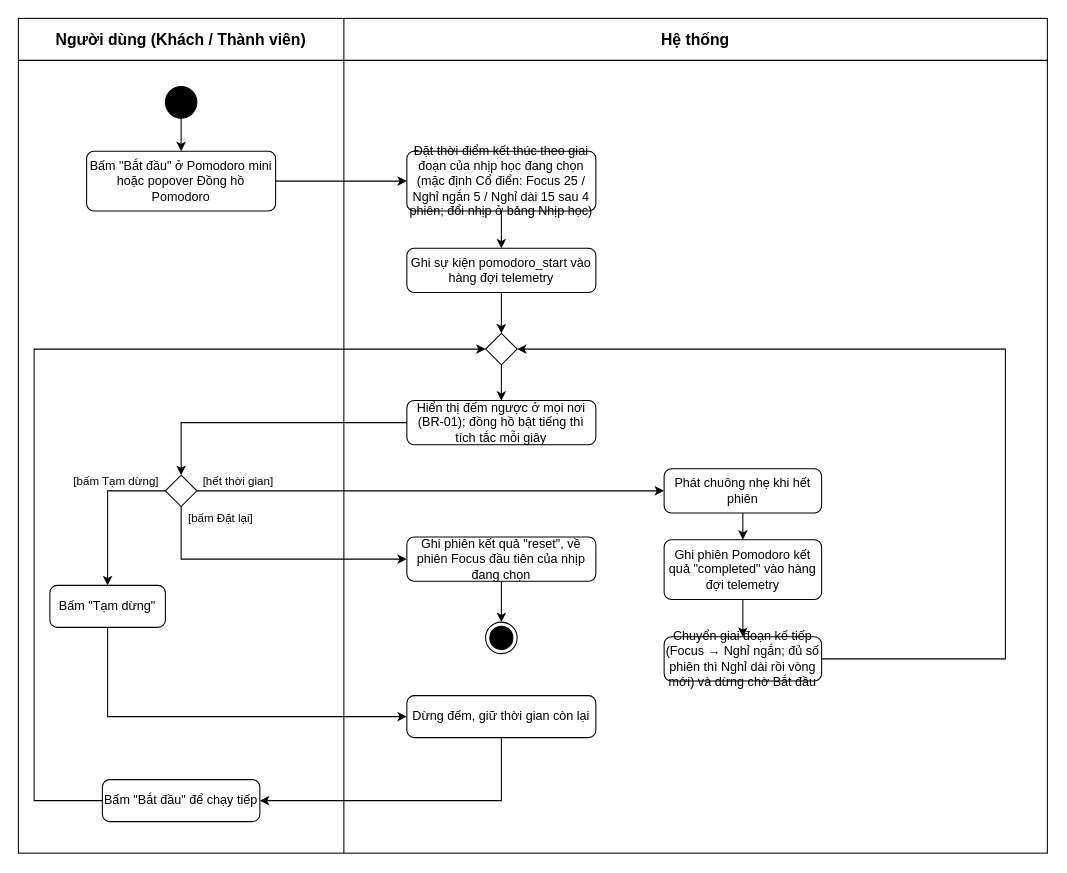
The draw.io diagram page "A5" (6 of 29) of docs/analysis/FocuSpace_Diagrams.drawio in CaoLePhucThinh2203/FocuSpace, before the edit. Source tidied: cells renumbered, new cells numbered last; positions are measured from the earlier drawing's top-left corner, leaving out a move shared by most shapes. Both pictures are drawn from the tidied source at 105%, with x=0, y=0 at pixel (18, 18).
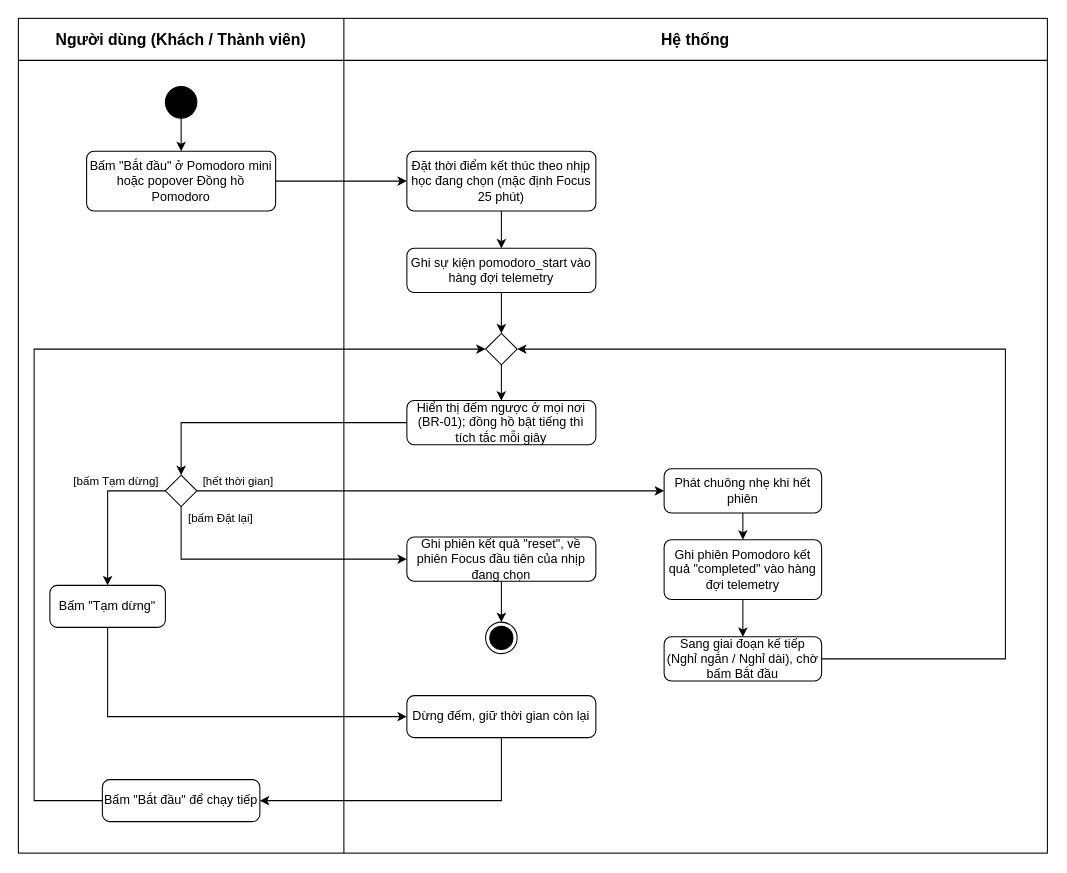
After the change.

Diff of the diagram source:
```diff
@@
-    <mxCell id="5" value="Đặt thời điểm kết thúc theo giai đoạn của nhịp học đang chọn (mặc định Cổ điển: Focus 25 / Nghỉ ngắn 5 / Nghỉ dài 15 sau 4 phiên; đổi nhịp ở bảng Nhịp học)" style="html=1;align=center;verticalAlign=middle;rounded=1;absoluteArcSize=1;arcSize=14;dashed=0;whiteSpace=wrap;fontSize=12;" parent="1" vertex="1">
+    <mxCell id="5" value="Đặt thời điểm kết thúc theo nhịp học đang chọn (mặc định Focus 25 phút)" style="html=1;align=center;verticalAlign=middle;rounded=1;absoluteArcSize=1;arcSize=14;dashed=0;whiteSpace=wrap;fontSize=12;" parent="1" vertex="1">
       <mxGeometry x="370" y="126.5" width="180" height="57" as="geometry" />
     </mxCell>
@@
-    <mxCell id="12" value="Chuyển giai đoạn kế tiếp (Focus → Nghỉ ngắn; đủ số phiên thì Nghỉ dài rồi vòng mới) và dừng chờ Bắt đầu" style="html=1;align=center;verticalAlign=middle;rounded=1;absoluteArcSize=1;arcSize=14;dashed=0;whiteSpace=wrap;fontSize=12;" parent="1" vertex="1">
+    <mxCell id="12" value="Sang giai đoạn kế tiếp (Nghỉ ngắn / Nghỉ dài), chờ bấm Bắt đầu" style="html=1;align=center;verticalAlign=middle;rounded=1;absoluteArcSize=1;arcSize=14;dashed=0;whiteSpace=wrap;fontSize=12;" parent="1" vertex="1">
       <mxGeometry x="615" y="589" width="150" height="42" as="geometry" />
     </mxCell>
```
